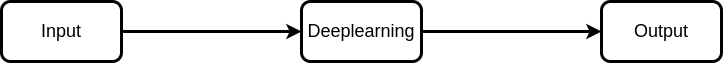
This is images/end-to-end.png from YukiTakahashi4690/thesis_template, a draw.io export, as it was before one commit. Source tidied: cells renumbered, new cells last; positions are measured from the earlier drawing's top-left corner, leaving out a move shared by most shapes.
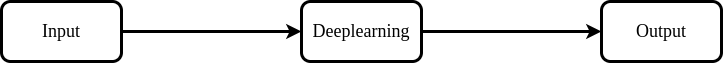
The same file after the commit.

Change to the diagram source:
```diff
@@ -5,16 +5,16 @@
     <mxCell id="2" style="edgeStyle=none;html=1;exitX=1;exitY=0.5;exitDx=0;exitDy=0;entryX=0;entryY=0.5;entryDx=0;entryDy=0;fontSize=18;fontColor=#000000;strokeColor=#000000;strokeWidth=3;" parent="1" edge="1" source="3" target="5">
       <mxGeometry relative="1" as="geometry" />
     </mxCell>
-    <mxCell id="3" value="&lt;font color=&quot;#000000&quot; style=&quot;font-size: 18px&quot;&gt;Input&lt;/font&gt;" style="rounded=1;whiteSpace=wrap;html=1;strokeColor=#000000;fillColor=#FFFFFF;strokeWidth=3;" parent="1" vertex="1">
+    <mxCell id="3" value="&lt;font face=&quot;Times New Roman&quot; color=&quot;#000000&quot; style=&quot;font-size: 18px&quot;&gt;Input&lt;/font&gt;" style="rounded=1;whiteSpace=wrap;html=1;strokeColor=#000000;fillColor=#FFFFFF;strokeWidth=3;" parent="1" vertex="1">
       <mxGeometry width="120" height="60" as="geometry" />
     </mxCell>
     <mxCell id="4" style="edgeStyle=none;html=1;exitX=1;exitY=0.5;exitDx=0;exitDy=0;entryX=0;entryY=0.5;entryDx=0;entryDy=0;fontSize=18;fontColor=#000000;strokeColor=#000000;strokeWidth=3;" parent="1" edge="1" source="5" target="6">
       <mxGeometry relative="1" as="geometry" />
     </mxCell>
-    <mxCell id="5" value="&lt;font color=&quot;#000000&quot; style=&quot;font-size: 18px&quot;&gt;Deeplearning&lt;/font&gt;" style="rounded=1;whiteSpace=wrap;html=1;strokeColor=#000000;fillColor=#FFFFFF;strokeWidth=3;" parent="1" vertex="1">
+    <mxCell id="5" value="&lt;font face=&quot;Times New Roman&quot; color=&quot;#000000&quot; style=&quot;font-size: 18px&quot;&gt;Deeplearning&lt;/font&gt;" style="rounded=1;whiteSpace=wrap;html=1;strokeColor=#000000;fillColor=#FFFFFF;strokeWidth=3;" parent="1" vertex="1">
       <mxGeometry x="300" width="120" height="60" as="geometry" />
     </mxCell>
-    <mxCell id="6" value="&lt;font color=&quot;#000000&quot; style=&quot;font-size: 18px&quot;&gt;Output&lt;/font&gt;" style="rounded=1;whiteSpace=wrap;html=1;strokeColor=#000000;fillColor=#FFFFFF;strokeWidth=3;" parent="1" vertex="1">
+    <mxCell id="6" value="&lt;font face=&quot;Times New Roman&quot; color=&quot;#000000&quot; style=&quot;font-size: 18px&quot;&gt;Output&lt;/font&gt;" style="rounded=1;whiteSpace=wrap;html=1;strokeColor=#000000;fillColor=#FFFFFF;strokeWidth=3;" parent="1" vertex="1">
       <mxGeometry x="600" width="120" height="60" as="geometry" />
     </mxCell>
   </root>
```
